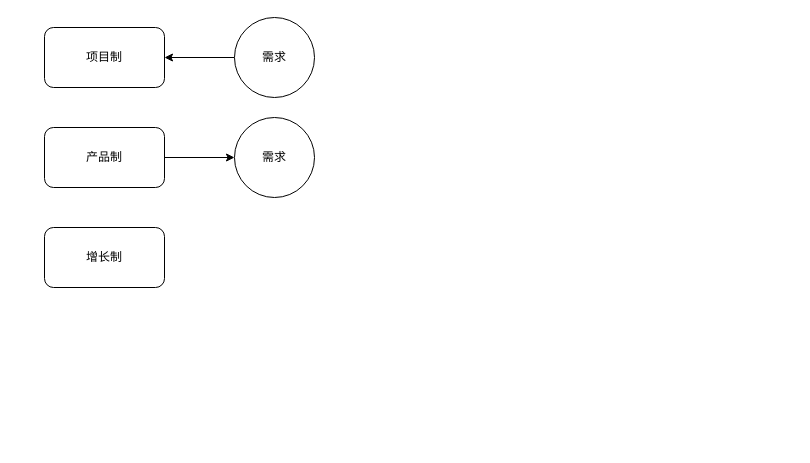
Before: 增长黑客.drawio in gml1219/longge, a draw.io diagram. Source tidied: cells renumbered, new cells numbered last; positions are measured from the earlier drawing's top-left corner, leaving out a move shared by most shapes. Both pictures are drawn from the tidied source at 100%, with x=0, y=0 at pixel (44, 17).
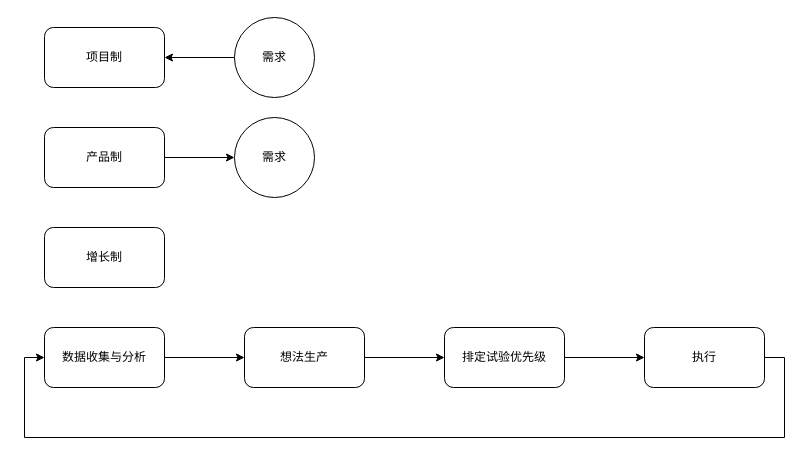
The same page after the edit.

Change to the diagram source:
```diff
@@
 <mxGraphModel>
   <root>
     <mxCell id="0" />
     <mxCell id="1" parent="0" />
     <mxCell id="2" style="edgeStyle=orthogonalEdgeStyle;rounded=0;jettySize=auto;html=1;exitX=1;exitY=0.5;exitDx=0;exitDy=0;entryX=0;entryY=0.5;entryDx=0;entryDy=0;startArrow=classic;startFill=1;endArrow=none;endFill=0;" parent="1" edge="1" source="3" target="7">
       <mxGeometry relative="1" as="geometry" />
     </mxCell>
     <mxCell id="3" value="项目制" style="rounded=1;whiteSpace=wrap;html=1;" parent="1" vertex="1">
       <mxGeometry y="10" width="120" height="60" as="geometry" />
     </mxCell>
     <mxCell id="4" style="edgeStyle=orthogonalEdgeStyle;rounded=0;jettySize=auto;html=1;exitX=1;exitY=0.5;exitDx=0;exitDy=0;entryX=0;entryY=0.5;entryDx=0;entryDy=0;startArrow=none;startFill=0;endArrow=classic;endFill=1;" parent="1" edge="1" source="5" target="8">
       <mxGeometry relative="1" as="geometry" />
     </mxCell>
     <mxCell id="5" value="产品制" style="rounded=1;whiteSpace=wrap;html=1;" parent="1" vertex="1">
       <mxGeometry y="110" width="120" height="60" as="geometry" />
     </mxCell>
     <mxCell id="6" value="增长制" style="rounded=1;whiteSpace=wrap;html=1;" parent="1" vertex="1">
       <mxGeometry y="210" width="120" height="60" as="geometry" />
     </mxCell>
     <mxCell id="7" value="需求" style="ellipse;whiteSpace=wrap;html=1;" parent="1" vertex="1">
       <mxGeometry x="190" width="80" height="80" as="geometry" />
     </mxCell>
     <mxCell id="8" value="需求" style="ellipse;whiteSpace=wrap;html=1;" parent="1" vertex="1">
       <mxGeometry x="190" y="100" width="80" height="80" as="geometry" />
     </mxCell>
+    <mxCell id="9" style="edgeStyle=orthogonalEdgeStyle;rounded=0;jettySize=auto;html=1;exitX=1;exitY=0.5;exitDx=0;exitDy=0;entryX=0;entryY=0.5;entryDx=0;entryDy=0;" parent="1" edge="1" source="10" target="12">
+      <mxGeometry relative="1" as="geometry" />
+    </mxCell>
+    <mxCell id="10" value="数据收集与分析" style="rounded=1;whiteSpace=wrap;html=1;" parent="1" vertex="1">
+      <mxGeometry y="310" width="120" height="60" as="geometry" />
+    </mxCell>
+    <mxCell id="11" style="edgeStyle=orthogonalEdgeStyle;rounded=0;jettySize=auto;html=1;exitX=1;exitY=0.5;exitDx=0;exitDy=0;" parent="1" edge="1" source="12" target="14">
+      <mxGeometry relative="1" as="geometry" />
+    </mxCell>
+    <mxCell id="12" value="想法生产" style="rounded=1;whiteSpace=wrap;html=1;" parent="1" vertex="1">
+      <mxGeometry x="200" y="310" width="120" height="60" as="geometry" />
+    </mxCell>
+    <mxCell id="13" style="edgeStyle=orthogonalEdgeStyle;rounded=0;jettySize=auto;html=1;exitX=1;exitY=0.5;exitDx=0;exitDy=0;" parent="1" edge="1" source="14" target="16">
+      <mxGeometry relative="1" as="geometry" />
+    </mxCell>
+    <mxCell id="14" value="排定试验优先级" style="rounded=1;whiteSpace=wrap;html=1;" parent="1" vertex="1">
+      <mxGeometry x="400" y="310" width="120" height="60" as="geometry" />
+    </mxCell>
+    <mxCell id="15" style="edgeStyle=orthogonalEdgeStyle;rounded=0;jettySize=auto;html=1;exitX=1;exitY=0.5;exitDx=0;exitDy=0;entryX=0;entryY=0.5;entryDx=0;entryDy=0;" parent="1" edge="1" source="16" target="10">
+      <mxGeometry relative="1" as="geometry">
+        <Array as="points">
+          <mxPoint x="740" y="340" />
+          <mxPoint x="740" y="420" />
+          <mxPoint x="-20" y="420" />
+          <mxPoint x="-20" y="340" />
+        </Array>
+      </mxGeometry>
+    </mxCell>
+    <mxCell id="16" value="执行" style="rounded=1;whiteSpace=wrap;html=1;" parent="1" vertex="1">
+      <mxGeometry x="600" y="310" width="120" height="60" as="geometry" />
+    </mxCell>
   </root>
 </mxGraphModel>
```
